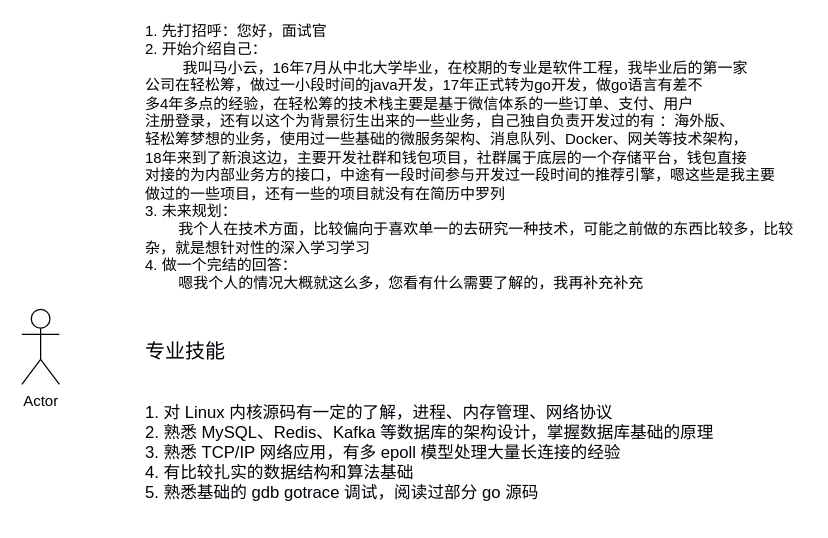
This is 个人.drawio from huoxingyun/drawio, a draw.io file, before an edit. Source tidied: cells renumbered, new cells numbered last; positions are measured from the earlier drawing's top-left corner, leaving out a move shared by most shapes. Both pictures are drawn from the tidied source at 125%, with x=0, y=0 at pixel (21, 21).
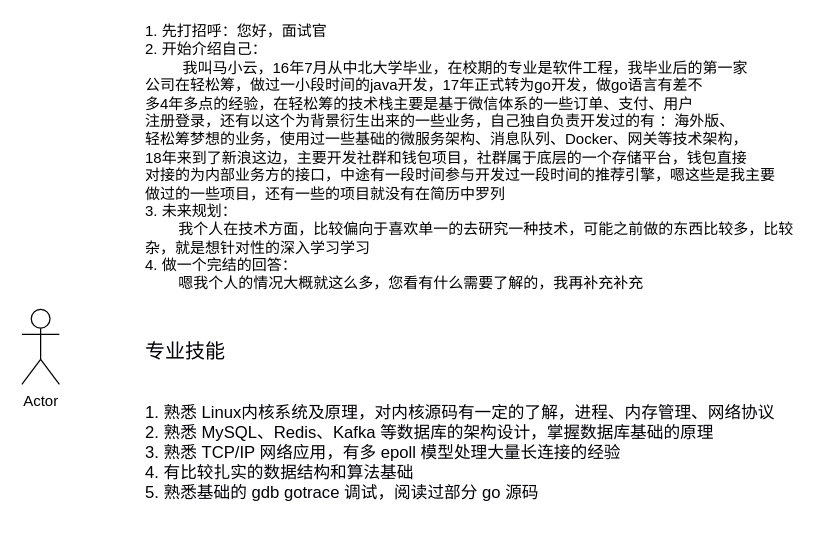
After the change.

The edit, as a diff of the source:
```diff
@@
 <mxGraphModel>
   <root>
     <mxCell id="0" />
     <mxCell id="1" parent="0" />
     <mxCell id="2" value="Actor" style="shape=umlActor;verticalLabelPosition=bottom;verticalAlign=top;html=1;" parent="1" vertex="1">
       <mxGeometry y="230" width="30" height="60" as="geometry" />
     </mxCell>
     <mxCell id="3" value="1. 先打招呼：您好，面试官&lt;br&gt;&lt;div&gt;&lt;span&gt;2. 开始介绍自己：&lt;/span&gt;&lt;/div&gt;&lt;div&gt;&lt;span&gt;&amp;nbsp; &amp;nbsp; &amp;nbsp; &amp;nbsp; &amp;nbsp;我叫马小云，16年7月从中北大学毕业，在校期的专业是软件工程，我&lt;/span&gt;&lt;span&gt;毕业后的第一家&lt;/span&gt;&lt;/div&gt;&lt;div&gt;&lt;span&gt;公司在轻松筹，做过一小段时间的java开发，17年正式转为go开发，&lt;/span&gt;&lt;span&gt;做go语言有差不&lt;/span&gt;&lt;/div&gt;&lt;div&gt;&lt;span&gt;多4年多点的经验，在轻松筹的技术栈主要是基于微信体系的一些订单、支付、用户&lt;/span&gt;&lt;/div&gt;&lt;div&gt;&lt;span&gt;注册登录，还有以这个为背景衍生出来的一些业务，自己独自负责开发过的有 ：海外版、&lt;/span&gt;&lt;/div&gt;&lt;div&gt;&lt;span&gt;轻松&lt;/span&gt;&lt;span&gt;筹梦想的业务，使用过一些基础的微服务架构、消息队列、Docker、网关等技术架构，&lt;/span&gt;&lt;/div&gt;&lt;div&gt;&lt;span&gt;18年来到了新浪这边，主要开发社群和钱包项目，社群属于底层的一个存储平台，钱包直接&lt;/span&gt;&lt;/div&gt;&lt;div&gt;&lt;span&gt;对接的为内部业务方的接口，中途有一段时间参与开发过一段时间的&lt;/span&gt;&lt;span&gt;推荐引擎，嗯这些是我主要&lt;/span&gt;&lt;/div&gt;&lt;div&gt;&lt;span&gt;做过的一些项目，还有一些的项目就没有在简历中罗列&lt;/span&gt;&lt;/div&gt;&lt;div&gt;&lt;span&gt;3. 未来规划：&lt;/span&gt;&lt;/div&gt;&lt;div&gt;&lt;span&gt;&amp;nbsp; &amp;nbsp; &amp;nbsp; &amp;nbsp; 我个人在技术方面，比较偏向于喜欢单一的去研究一种技术，可能之前做的东西比较多，&lt;/span&gt;&lt;span&gt;比较&lt;/span&gt;&lt;/div&gt;&lt;div&gt;&lt;span&gt;杂，就是想针对性的深入学习学习&lt;/span&gt;&lt;/div&gt;&lt;div&gt;&lt;span&gt;4. 做一个完结的回答：&lt;/span&gt;&lt;/div&gt;&lt;div&gt;&lt;span&gt;&amp;nbsp; &amp;nbsp; &amp;nbsp; &amp;nbsp; 嗯我个人的情况大概就这么多，您看有什么需要了解的，我再补充补充&lt;/span&gt;&lt;/div&gt;&lt;div&gt;&lt;span&gt;&lt;br&gt;&lt;/span&gt;&lt;/div&gt;&lt;div&gt;&lt;span&gt;&lt;br&gt;&lt;/span&gt;&lt;/div&gt;&lt;div&gt;&lt;span&gt;&lt;br&gt;&lt;/span&gt;&lt;/div&gt;" style="text;html=1;align=left;verticalAlign=middle;" parent="1" vertex="1">
       <mxGeometry x="97" width="530" height="260" as="geometry" />
     </mxCell>
-    <mxCell id="4" value="&lt;span style=&quot;color: rgb(0 , 0 , 8) ; font-family: &amp;#34;hyqihei&amp;#34; ; font-size: 12pt&quot;&gt;专业技能&lt;/span&gt;&lt;br&gt;&lt;div class=&quot;page&quot; title=&quot;Page 2&quot;&gt;&lt;div class=&quot;layoutArea&quot;&gt;&lt;div class=&quot;column&quot;&gt;&lt;p&gt;&lt;span style=&quot;font-size: 12.000000pt ; font-family: &amp;#34;hyqihei&amp;#34; ; color: rgb(0.000000% , 0.000000% , 3.100000%)&quot;&gt;&lt;br&gt;&lt;/span&gt;&lt;span style=&quot;font-size: 10.000000pt ; font-family: &amp;#34;hyqihei&amp;#34; ; color: rgb(0.000000% , 0.000000% , 3.100000%)&quot;&gt;1. 对 Linux 内核源码有一定的了解，进程、内存管理、网络协议&lt;br&gt;2. 熟悉 MySQL、Redis、Kafka 等数据库的架构设计，掌握数据库基础的原理&lt;br&gt;3. 熟悉 TCP/IP 网络应用，有多 epoll 模型处理大量长连接的经验&lt;br&gt;4. 有比较扎实的数据结构和算法基础&lt;br&gt;5. 熟悉基础的 gdb gotrace 调试，阅读过部分 go 源码&amp;nbsp;&lt;/span&gt;&lt;/p&gt;&lt;/div&gt;&lt;/div&gt;  &lt;/div&gt;" style="text;html=1;align=left;verticalAlign=middle;" parent="1" vertex="1">
-      <mxGeometry x="97" y="260" width="480" height="130" as="geometry" />
+    <mxCell id="4" value="&lt;span style=&quot;color: rgb(0 , 0 , 8) ; font-family: &amp;#34;hyqihei&amp;#34; ; font-size: 12pt&quot;&gt;专业技能&lt;/span&gt;&lt;br&gt;&lt;div class=&quot;page&quot; title=&quot;Page 2&quot;&gt;&lt;div class=&quot;layoutArea&quot;&gt;&lt;div class=&quot;column&quot;&gt;&lt;p&gt;&lt;span style=&quot;font-size: 12.000000pt ; font-family: &amp;#34;hyqihei&amp;#34; ; color: rgb(0.000000% , 0.000000% , 3.100000%)&quot;&gt;&lt;br&gt;&lt;/span&gt;&lt;span style=&quot;font-size: 10.000000pt ; font-family: &amp;#34;hyqihei&amp;#34; ; color: rgb(0.000000% , 0.000000% , 3.100000%)&quot;&gt;1. 熟悉 Linux内核系统及原理，对内核源码有一定的了解，进程、内存管理、网络协议&lt;br&gt;2. 熟悉 MySQL、Redis、Kafka 等数据库的架构设计，掌握数据库基础的原理&lt;br&gt;3. 熟悉 TCP/IP 网络应用，有多 epoll 模型处理大量长连接的经验&lt;br&gt;4. 有比较扎实的数据结构和算法基础&lt;br&gt;5. 熟悉基础的 gdb gotrace 调试，阅读过部分 go 源码&amp;nbsp;&lt;/span&gt;&lt;/p&gt;&lt;/div&gt;&lt;/div&gt;  &lt;/div&gt;" style="text;html=1;align=left;verticalAlign=middle;" parent="1" vertex="1">
+      <mxGeometry x="97" y="260" width="520" height="130" as="geometry" />
     </mxCell>
   </root>
 </mxGraphModel>
```
